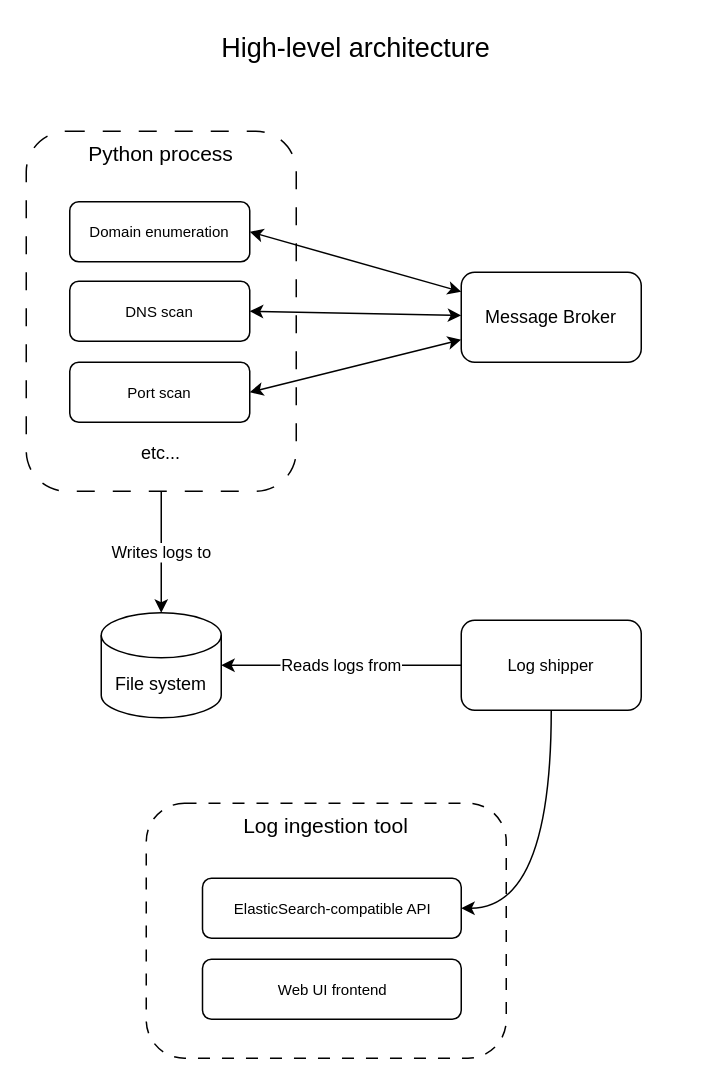
Earlier version of the draw.io diagram recon-architecture.drawio (ihavenonickname/infosec-test-automation). Source tidied: cells renumbered, new cells numbered last; positions are measured from the earlier drawing's top-left corner, leaving out a move shared by most shapes. Both pictures are drawn from the tidied source at 150%, with x=0, y=0 at pixel (26, 26).
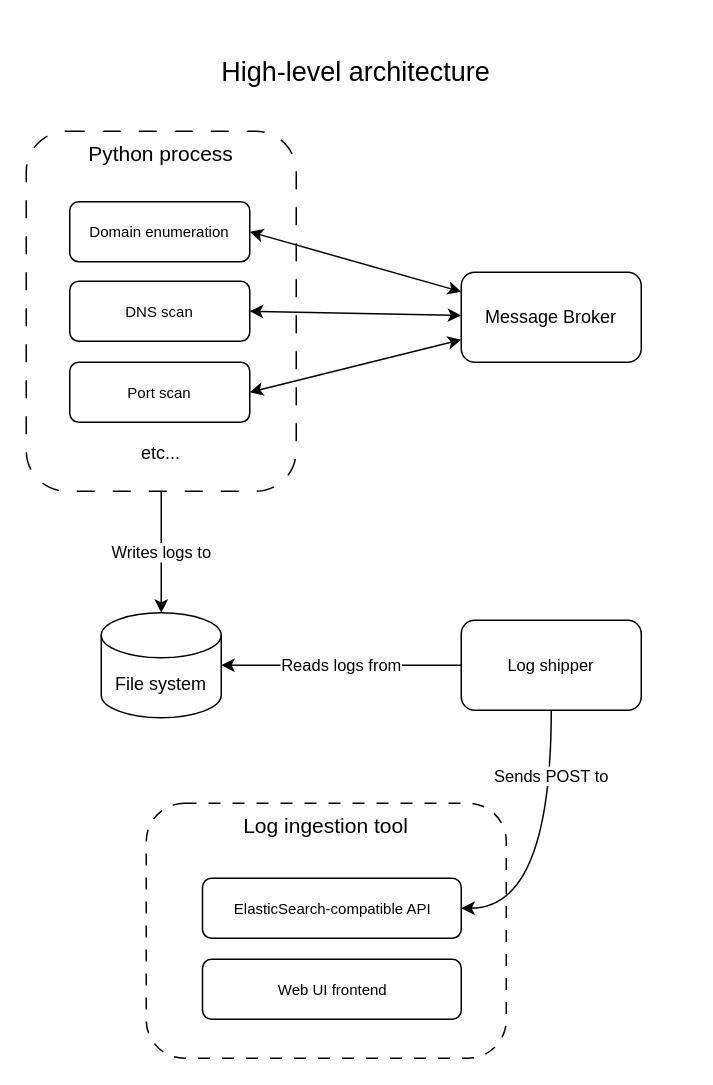
The same diagram, later.

The change refers to these unchanged cells:
```xml
<mxCell id="17" value="Log shipper" style="rounded=1;whiteSpace=wrap;html=1;fontFamily=Helvetica;fontSize=11;fontColor=default;" parent="1" vertex="1">
  <mxGeometry x="290" y="396" width="120" height="60" as="geometry" />
</mxCell>
<mxCell id="18" value="ElasticSearch-compatible API" style="rounded=1;whiteSpace=wrap;html=1;fontFamily=Helvetica;fontSize=10;fontColor=default;" parent="1" vertex="1">
  <mxGeometry x="117.5" y="568" width="172.5" height="40" as="geometry" />
</mxCell>
```

Change to the diagram source:
```diff
@@
-    <mxCell id="16" style="edgeStyle=orthogonalEdgeStyle;shape=connector;rounded=0;jettySize=auto;html=1;labelBackgroundColor=default;strokeColor=default;align=center;verticalAlign=middle;fontFamily=Helvetica;fontSize=11;fontColor=default;endArrow=classic;curved=1;" parent="1" edge="1" source="17" target="18">
-      <mxGeometry relative="1" as="geometry">
+    <mxCell id="16" value="Sends POST to" style="edgeStyle=orthogonalEdgeStyle;shape=connector;rounded=0;jettySize=auto;html=1;labelBackgroundColor=default;strokeColor=default;align=center;verticalAlign=middle;fontFamily=Helvetica;fontSize=11;fontColor=default;endArrow=classic;curved=1;" parent="1" edge="1" source="17" target="18">
+      <mxGeometry x="-0.54" relative="1" as="geometry">
         <Array as="points">
           <mxPoint x="350" y="588" />
         </Array>
       </mxGeometry>
     </mxCell>
@@
     <mxCell id="21" value="High-level architecture" style="text;html=1;strokeColor=none;fillColor=none;align=center;verticalAlign=middle;whiteSpace=wrap;rounded=0;fontSize=18;fontFamily=Helvetica;fontColor=default;" parent="1" vertex="1">
-      <mxGeometry width="440" height="30" as="geometry" />
+      <mxGeometry y="16" width="440" height="30" as="geometry" />
     </mxCell>
```
